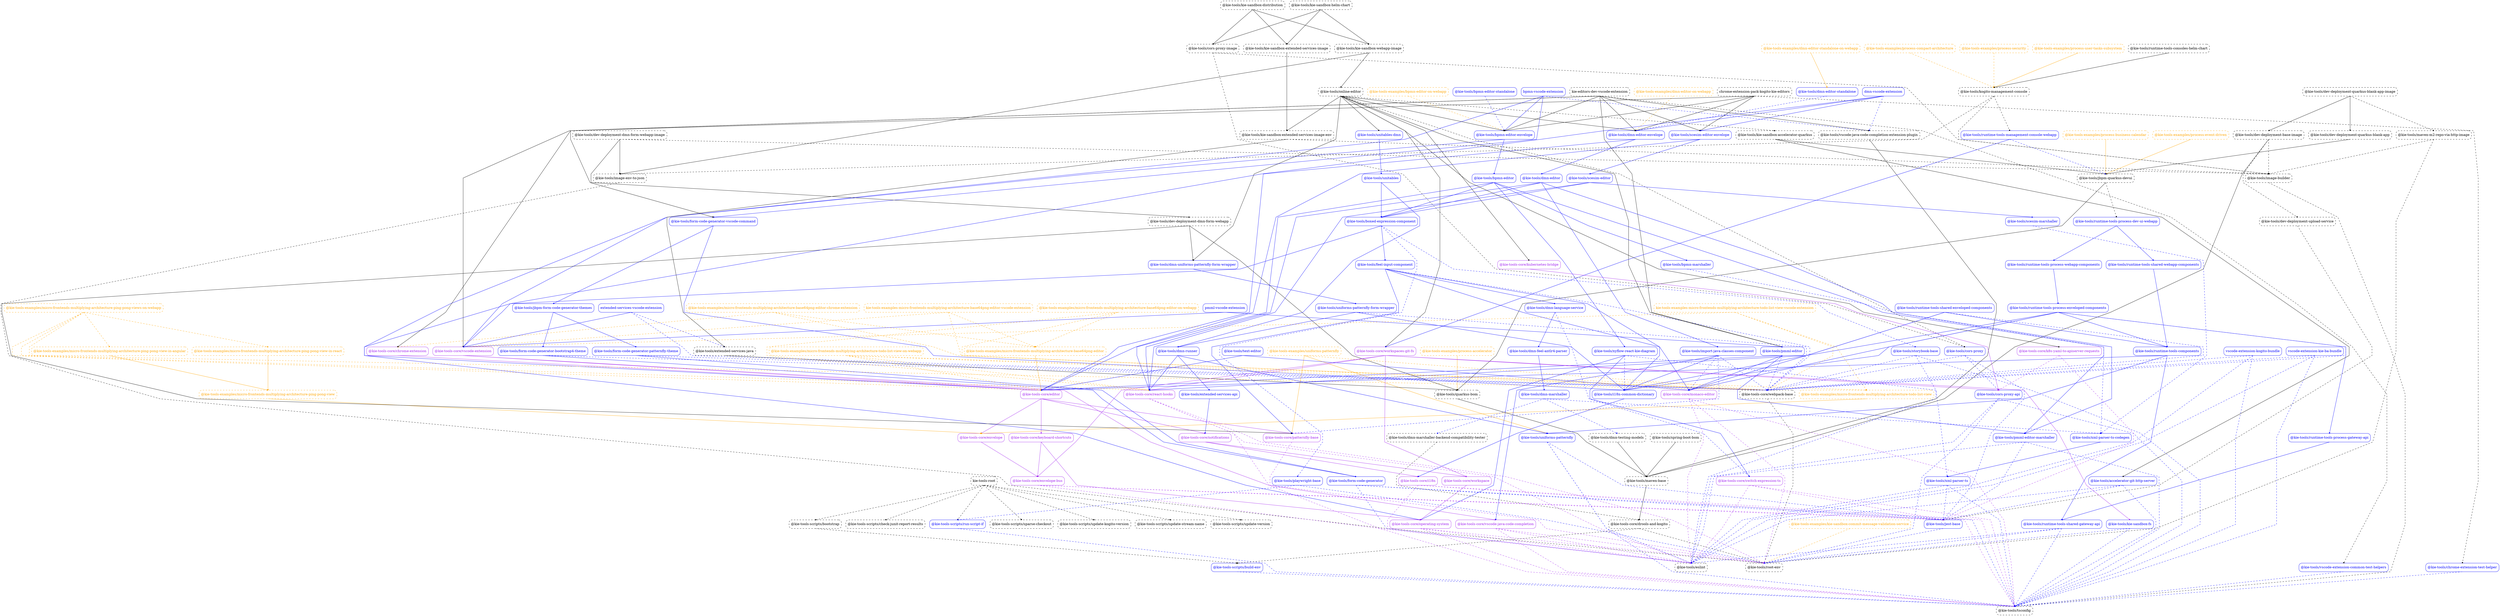
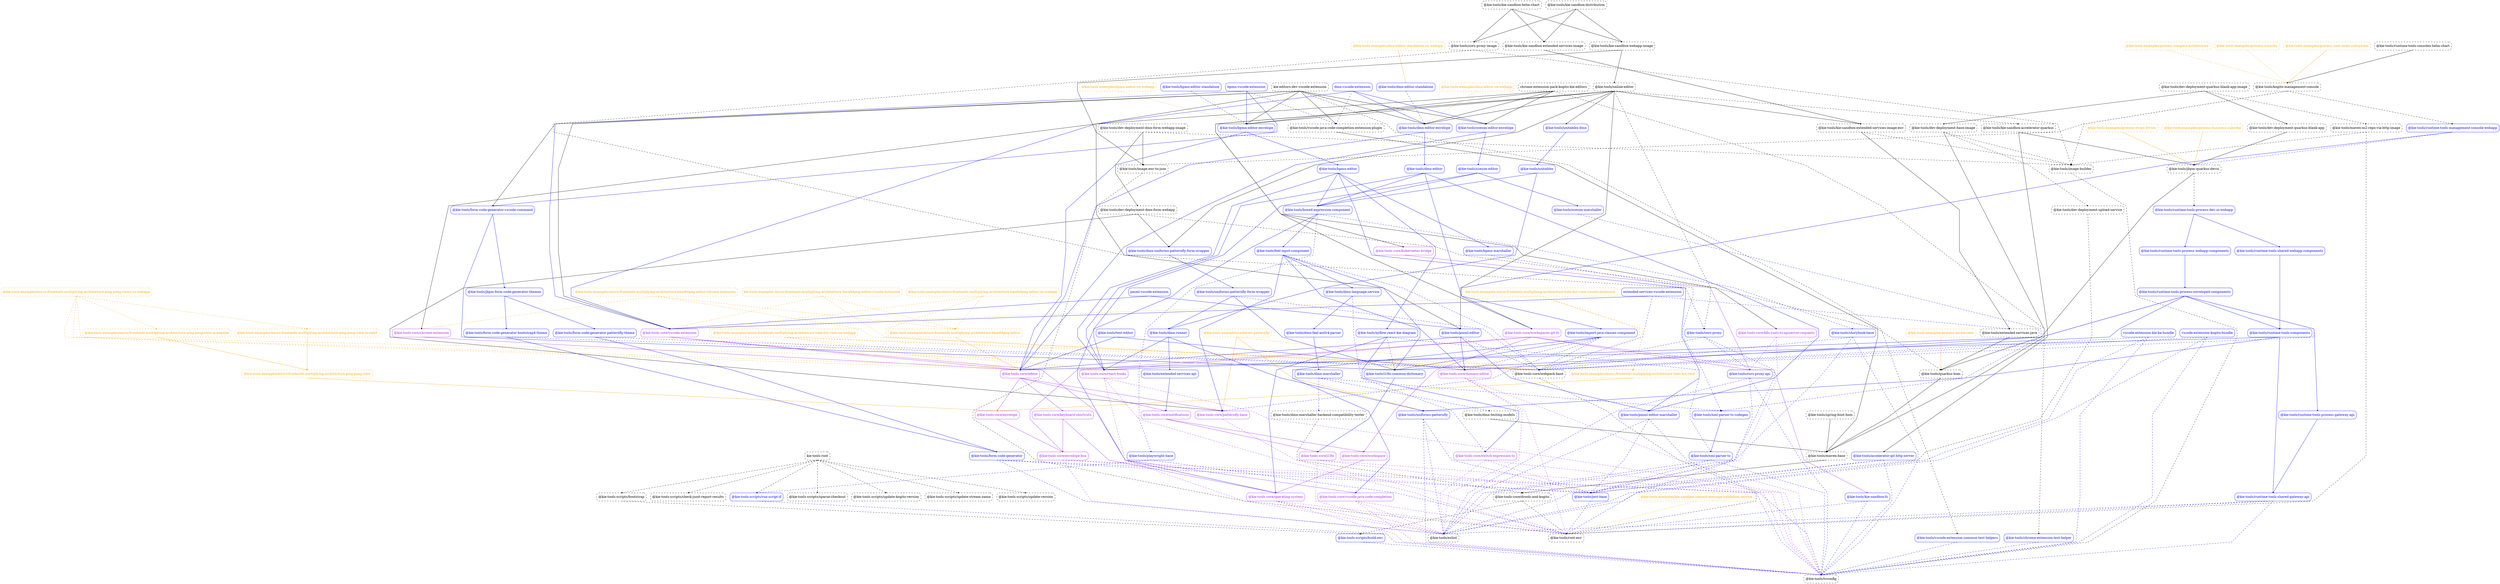
digraph G {
  graph [ ranksep =2, splines = "polyline", rankdir =TB, ordering = "out" ];
  node [ shape =box ];
  edge [ headport = "n", tailport = "s", arrowhead =dot, arrowsize =0.5 ];
  "kie-tools-root" [ color = "black", fontcolor = "black", style = "dashed, rounded" ];
  "@kie-tools-scripts/bootstrap" [ color = "black", fontcolor = "black", style = "dashed, rounded" ];
  "@kie-tools-scripts/check-junit-report-results" [ color = "black", fontcolor = "black", style = "dashed, rounded" ];
  "@kie-tools-scripts/run-script-if" [ color = "blue", fontcolor = "blue", style = "rounded" ];
  "@kie-tools-scripts/sparse-checkout" [ color = "black", fontcolor = "black", style = "dashed, rounded" ];
  "@kie-tools-scripts/update-kogito-version" [ color = "black", fontcolor = "black", style = "dashed, rounded" ];
  "@kie-tools-scripts/update-stream-name" [ color = "black", fontcolor = "black", style = "dashed, rounded" ];
  "@kie-tools-scripts/update-version" [ color = "black", fontcolor = "black", style = "dashed, rounded" ];
  "@kie-tools-examples/bpmn-editor-on-webapp" [ color = "orange", fontcolor = "orange", style = "dashed, rounded" ];
  "@kie-tools/bpmn-editor-envelope" [ color = "blue", fontcolor = "blue", style = "rounded" ];
  "@kie-tools-examples/dmn-editor-on-webapp" [ color = "orange", fontcolor = "orange", style = "dashed, rounded" ];
  "@kie-tools/dmn-editor-envelope" [ color = "blue", fontcolor = "blue", style = "rounded" ];
  "@kie-tools-examples/dmn-editor-standalone-on-webapp" [ color = "orange", fontcolor = "orange", style = "dashed, rounded" ];
  "@kie-tools/dmn-editor-standalone" [ color = "blue", fontcolor = "blue", style = "rounded" ];
  "@kie-tools-examples/kie-sandbox-commit-message-validation-service" [ color = "orange", fontcolor = "orange", style = "dashed, rounded" ];
  "@kie-tools/root-env" [ color = "black", fontcolor = "black", style = "dashed, rounded" ];
  "@kie-tools-examples/micro-frontends-multiplying-architecture-base64png-editor" [ color = "orange", fontcolor = "orange", style = "dashed, rounded" ];
  "@kie-tools-core/editor" [ color = "purple", fontcolor = "purple", style = "rounded" ];
  "@kie-tools-examples/micro-frontends-multiplying-architecture-base64png-editor-chrome-extension" [ color = "orange", fontcolor = "orange", style = "dashed, rounded" ];
  "@kie-tools-core/chrome-extension" [ color = "purple", fontcolor = "purple", style = "rounded" ];
  "@kie-tools-core/webpack-base" [ color = "black", fontcolor = "black", style = "dashed, rounded" ];
  "@kie-tools-examples/micro-frontends-multiplying-architecture-base64png-editor-on-webapp" [ color = "orange", fontcolor = "orange", style = "dashed, rounded" ];
  "@kie-tools-core/react-hooks" [ color = "purple", fontcolor = "purple", style = "rounded" ];
  "kie-tools-examples-micro-frontends-multiplying-architecture-base64png-editor-vscode-extension" [ color = "orange", fontcolor = "orange", style = "dashed, rounded" ];
  "@kie-tools-core/vscode-extension" [ color = "purple", fontcolor = "purple", style = "rounded" ];
  "@kie-tools-examples/micro-frontends-multiplying-architecture-ping-pong-view" [ color = "orange", fontcolor = "orange", style = "dashed, rounded" ];
  "@kie-tools-core/envelope" [ color = "purple", fontcolor = "purple", style = "rounded" ];
  "@kie-tools-examples/micro-frontends-multiplying-architecture-ping-pong-view-in-angular" [ color = "orange", fontcolor = "orange", style = "dashed, rounded" ];
  "@kie-tools-examples/micro-frontends-multiplying-architecture-ping-pong-view-in-react" [ color = "orange", fontcolor = "orange", style = "dashed, rounded" ];
  "@kie-tools-examples/micro-frontends-multiplying-architecture-ping-pong-views-on-webapp" [ color = "orange", fontcolor = "orange", style = "dashed, rounded" ];
  "@kie-tools-examples/micro-frontends-multiplying-architecture-todo-list-view" [ color = "orange", fontcolor = "orange", style = "dashed, rounded" ];
  "@kie-tools-examples/micro-frontends-multiplying-architecture-todo-list-view-on-webapp" [ color = "orange", fontcolor = "orange", style = "dashed, rounded" ];
  "kie-tools-examples-micro-frontends-multiplying-architecture-todo-list-view-vscode-extension" [ color = "orange", fontcolor = "orange", style = "dashed, rounded" ];
  "@kie-tools-examples/process-accelerator" [ color = "orange", fontcolor = "orange", style = "dashed, rounded" ];
  "@kie-tools/quarkus-bom" [ color = "black", fontcolor = "black", style = "dashed, rounded" ];
  "@kie-tools-examples/process-business-calendar" [ color = "orange", fontcolor = "orange", style = "dashed, rounded" ];
  "@kie-tools/jbpm-quarkus-devui" [ color = "black", fontcolor = "black", style = "dashed, rounded" ];
  "@kie-tools-examples/process-compact-architecture" [ color = "orange", fontcolor = "orange", style = "dashed, rounded" ];
  "@kie-tools/kogito-management-console" [ color = "black", fontcolor = "black", style = "dashed, rounded" ];
  "@kie-tools-examples/process-event-driven" [ color = "orange", fontcolor = "orange", style = "dashed, rounded" ];
  "@kie-tools-examples/process-security" [ color = "orange", fontcolor = "orange", style = "dashed, rounded" ];
  "@kie-tools-examples/process-user-tasks-subsystem" [ color = "orange", fontcolor = "orange", style = "dashed, rounded" ];
  "@kie-tools-examples/uniforms-patternfly" [ color = "orange", fontcolor = "orange", style = "dashed, rounded" ];
  "@kie-tools-core/patternfly-base" [ color = "purple", fontcolor = "purple", style = "rounded" ];
  "@kie-tools/uniforms-patternfly" [ color = "blue", fontcolor = "blue", style = "rounded" ];
  "@kie-tools/accelerator-git-http-server" [ color = "blue", fontcolor = "blue", style = "rounded" ];
  "@kie-tools/eslint" [ color = "black", fontcolor = "black", style = "dashed, rounded" ];
  "@kie-tools/jest-base" [ color = "blue", fontcolor = "blue", style = "rounded" ];
  "@kie-tools/tsconfig" [ color = "black", fontcolor = "black", style = "dashed, rounded" ];
  "@kie-tools/boxed-expression-component" [ color = "blue", fontcolor = "blue", style = "rounded" ];
  "@kie-tools-core/operating-system" [ color = "purple", fontcolor = "purple", style = "rounded" ];
  "@kie-tools/feel-input-component" [ color = "blue", fontcolor = "blue", style = "rounded" ];
  "@kie-tools/playwright-base" [ color = "blue", fontcolor = "blue", style = "rounded" ];
  "@kie-tools/storybook-base" [ color = "blue", fontcolor = "blue", style = "rounded" ];
  "@kie-tools/bpmn-editor" [ color = "blue", fontcolor = "blue", style = "rounded" ];
  "@kie-tools/bpmn-marshaller" [ color = "blue", fontcolor = "blue", style = "rounded" ];
  "@kie-tools/pmml-editor-marshaller" [ color = "blue", fontcolor = "blue", style = "rounded" ];
  "@kie-tools/xyflow-react-kie-diagram" [ color = "blue", fontcolor = "blue", style = "rounded" ];
  "@kie-tools/bpmn-editor-standalone" [ color = "blue", fontcolor = "blue", style = "rounded" ];
  "@kie-tools/xml-parser-ts-codegen" [ color = "blue", fontcolor = "blue", style = "rounded" ];
  "bpmn-vscode-extension" [ color = "blue", fontcolor = "blue", style = "rounded" ];
  "@kie-tools/form-code-generator-vscode-command" [ color = "blue", fontcolor = "blue", style = "rounded" ];
  "@kie-tools/vscode-java-code-completion-extension-plugin" [ color = "black", fontcolor = "black", style = "dashed, rounded" ];
  "chrome-extension-pack-kogito-kie-editors" [ color = "black", fontcolor = "black", style = "dashed, rounded" ];
  "@kie-tools/scesim-editor-envelope" [ color = "blue", fontcolor = "blue", style = "rounded" ];
  "@kie-tools/chrome-extension-test-helper" [ color = "blue", fontcolor = "blue", style = "rounded" ];
  "@kie-tools/cors-proxy" [ color = "blue", fontcolor = "blue", style = "rounded" ];
  "@kie-tools/cors-proxy-api" [ color = "blue", fontcolor = "blue", style = "rounded" ];
  "@kie-tools/cors-proxy-image" [ color = "black", fontcolor = "black", style = "dashed, rounded" ];
  "@kie-tools/image-builder" [ color = "black", fontcolor = "black", style = "dashed, rounded" ];
  "@kie-tools/dev-deployment-base-image" [ color = "black", fontcolor = "black", style = "dashed, rounded" ];
  "@kie-tools/maven-base" [ color = "black", fontcolor = "black", style = "dashed, rounded" ];
  "@kie-tools/dev-deployment-upload-service" [ color = "black", fontcolor = "black", style = "dashed, rounded" ];
  "@kie-tools/dev-deployment-dmn-form-webapp" [ color = "black", fontcolor = "black", style = "dashed, rounded" ];
  "@kie-tools/dmn-uniforms-patternfly-form-wrapper" [ color = "blue", fontcolor = "blue", style = "rounded" ];
  "@kie-tools/dev-deployment-dmn-form-webapp-image" [ color = "black", fontcolor = "black", style = "dashed, rounded" ];
  "@kie-tools/image-env-to-json" [ color = "black", fontcolor = "black", style = "dashed, rounded" ];
  "@kie-tools/dev-deployment-quarkus-blank-app" [ color = "black", fontcolor = "black", style = "dashed, rounded" ];
  "@kie-tools/dev-deployment-quarkus-blank-app-image" [ color = "black", fontcolor = "black", style = "dashed, rounded" ];
  "@kie-tools/maven-m2-repo-via-http-image" [ color = "black", fontcolor = "black", style = "dashed, rounded" ];
  "@kie-tools/dmn-editor" [ color = "blue", fontcolor = "blue", style = "rounded" ];
  "@kie-tools/import-java-classes-component" [ color = "blue", fontcolor = "blue", style = "rounded" ];
  "@kie-tools/dmn-feel-antlr4-parser" [ color = "blue", fontcolor = "blue", style = "rounded" ];
  "@kie-tools/dmn-marshaller" [ color = "blue", fontcolor = "blue", style = "rounded" ];
  "@kie-tools/dmn-language-service" [ color = "blue", fontcolor = "blue", style = "rounded" ];
  "@kie-tools-core/switch-expression-ts" [ color = "purple", fontcolor = "purple", style = "rounded" ];
  "@kie-tools/dmn-marshaller-backend-compatibility-tester" [ color = "black", fontcolor = "black", style = "dashed, rounded" ];
  "@kie-tools/dmn-testing-models" [ color = "black", fontcolor = "black", style = "dashed, rounded" ];
  "@kie-tools-core/drools-and-kogito" [ color = "black", fontcolor = "black", style = "dashed, rounded" ];
  "@kie-tools/dmn-runner" [ color = "blue", fontcolor = "blue", style = "rounded" ];
  "@kie-tools/extended-services-api" [ color = "blue", fontcolor = "blue", style = "rounded" ];
  "@kie-tools/uniforms-patternfly-form-wrapper" [ color = "blue", fontcolor = "blue", style = "rounded" ];
  "dmn-vscode-extension" [ color = "blue", fontcolor = "blue", style = "rounded" ];
  "@kie-tools-scripts/build-env" [ color = "blue", fontcolor = "blue", style = "rounded" ];
  "@kie-tools-core/keyboard-shortcuts" [ color = "purple", fontcolor = "purple", style = "rounded" ];
  "@kie-tools-core/notifications" [ color = "purple", fontcolor = "purple", style = "rounded" ];
  "@kie-tools-core/envelope-bus" [ color = "purple", fontcolor = "purple", style = "rounded" ];
  "@kie-tools/extended-services-java" [ color = "black", fontcolor = "black", style = "dashed, rounded" ];
  "extended-services-vscode-extension" [ color = "blue", fontcolor = "blue", style = "rounded" ];
  "@kie-tools-core/monaco-editor" [ color = "purple", fontcolor = "purple", style = "rounded" ];
  "@kie-tools/i18n-common-dictionary" [ color = "blue", fontcolor = "blue", style = "rounded" ];
  "@kie-tools/form-code-generator" [ color = "blue", fontcolor = "blue", style = "rounded" ];
  "@kie-tools/form-code-generator-bootstrap4-theme" [ color = "blue", fontcolor = "blue", style = "rounded" ];
  "@kie-tools/form-code-generator-patternfly-theme" [ color = "blue", fontcolor = "blue", style = "rounded" ];
  "@kie-tools/jbpm-form-code-generator-themes" [ color = "blue", fontcolor = "blue", style = "rounded" ];
  "@kie-tools-core/i18n" [ color = "purple", fontcolor = "purple", style = "rounded" ];
  "@kie-tools-core/vscode-java-code-completion" [ color = "purple", fontcolor = "purple", style = "rounded" ];
  "@kie-tools/runtime-tools-process-dev-ui-webapp" [ color = "blue", fontcolor = "blue", style = "rounded" ];
  "@kie-tools-core/k8s-yaml-to-apiserver-requests" [ color = "purple", fontcolor = "purple", style = "rounded" ];
  "kie-editors-dev-vscode-extension" [ color = "black", fontcolor = "black", style = "dashed, rounded" ];
  "@kie-tools/pmml-editor" [ color = "blue", fontcolor = "blue", style = "rounded" ];
  "@kie-tools/vscode-extension-common-test-helpers" [ color = "blue", fontcolor = "blue", style = "rounded" ];
  "@kie-tools/kie-sandbox-accelerator-quarkus" [ color = "black", fontcolor = "black", style = "dashed, rounded" ];
  "@kie-tools/kie-sandbox-distribution" [ color = "black", fontcolor = "black", style = "dashed, rounded" ];
  "@kie-tools/kie-sandbox-extended-services-image" [ color = "black", fontcolor = "black", style = "dashed, rounded" ];
  "@kie-tools/kie-sandbox-webapp-image" [ color = "black", fontcolor = "black", style = "dashed, rounded" ];
  "@kie-tools/kie-sandbox-extended-services-image-env" [ color = "black", fontcolor = "black", style = "dashed, rounded" ];
  "@kie-tools/kie-sandbox-fs" [ color = "blue", fontcolor = "blue", style = "rounded" ];
  "@kie-tools/kie-sandbox-helm-chart" [ color = "black", fontcolor = "black", style = "dashed, rounded" ];
  "@kie-tools/online-editor" [ color = "black", fontcolor = "black", style = "dashed, rounded" ];
  "@kie-tools/runtime-tools-management-console-webapp" [ color = "blue", fontcolor = "blue", style = "rounded" ];
  "@kie-tools-core/kubernetes-bridge" [ color = "purple", fontcolor = "purple", style = "rounded" ];
  "@kie-tools-core/workspace" [ color = "purple", fontcolor = "purple", style = "rounded" ];
  "@kie-tools-core/workspaces-git-fs" [ color = "purple", fontcolor = "purple", style = "rounded" ];
  "@kie-tools/unitables-dmn" [ color = "blue", fontcolor = "blue", style = "rounded" ];
  "pmml-vscode-extension" [ color = "blue", fontcolor = "blue", style = "rounded" ];
  "@kie-tools/runtime-tools-components" [ color = "blue", fontcolor = "blue", style = "rounded" ];
  "@kie-tools/runtime-tools-shared-gateway-api" [ color = "blue", fontcolor = "blue", style = "rounded" ];
  "@kie-tools/runtime-tools-consoles-helm-chart" [ color = "black", fontcolor = "black", style = "dashed, rounded" ];
  "@kie-tools/runtime-tools-process-webapp-components" [ color = "blue", fontcolor = "blue", style = "rounded" ];
  "@kie-tools/runtime-tools-shared-webapp-components" [ color = "blue", fontcolor = "blue", style = "rounded" ];
  "@kie-tools/runtime-tools-process-enveloped-components" [ color = "blue", fontcolor = "blue", style = "rounded" ];
  "@kie-tools/runtime-tools-process-gateway-api" [ color = "blue", fontcolor = "blue", style = "rounded" ];
-   "@kie-tools/runtime-tools-shared-enveloped-components" [ color = "blue", fontcolor = "blue", style = "rounded" ];
  "@kie-tools/scesim-editor" [ color = "blue", fontcolor = "blue", style = "rounded" ];
  "@kie-tools/scesim-marshaller" [ color = "blue", fontcolor = "blue", style = "rounded" ];
  "@kie-tools/spring-boot-bom" [ color = "black", fontcolor = "black", style = "dashed, rounded" ];
  "@kie-tools/text-editor" [ color = "blue", fontcolor = "blue", style = "rounded" ];
  "@kie-tools/unitables" [ color = "blue", fontcolor = "blue", style = "rounded" ];
  "vscode-extension-kie-ba-bundle" [ color = "blue", fontcolor = "blue", style = "rounded" ];
  "vscode-extension-kogito-bundle" [ color = "blue", fontcolor = "blue", style = "rounded" ];
  "@kie-tools/xml-parser-ts" [ color = "blue", fontcolor = "blue", style = "rounded" ];
  "kie-tools-root" -> "@kie-tools-scripts/bootstrap" [ style = "dashed", color = "black" ];
  "kie-tools-root" -> "@kie-tools-scripts/check-junit-report-results" [ style = "dashed", color = "black" ];
  "kie-tools-root" -> "@kie-tools-scripts/run-script-if" [ style = "dashed", color = "black" ];
  "kie-tools-root" -> "@kie-tools-scripts/sparse-checkout" [ style = "dashed", color = "black" ];
  "kie-tools-root" -> "@kie-tools-scripts/update-kogito-version" [ style = "dashed", color = "black" ];
  "kie-tools-root" -> "@kie-tools-scripts/update-stream-name" [ style = "dashed", color = "black" ];
  "kie-tools-root" -> "@kie-tools-scripts/update-version" [ style = "dashed", color = "black" ];
  "@kie-tools-examples/bpmn-editor-on-webapp" -> "@kie-tools/bpmn-editor-envelope" [ style = "dashed", color = "orange" ];
  "@kie-tools-examples/dmn-editor-on-webapp" -> "@kie-tools/dmn-editor-envelope" [ style = "dashed", color = "orange" ];
  "@kie-tools-examples/dmn-editor-standalone-on-webapp" -> "@kie-tools/dmn-editor-standalone" [ style = "solid", color = "orange" ];
  "@kie-tools-examples/kie-sandbox-commit-message-validation-service" -> "@kie-tools/root-env" [ style = "dashed", color = "orange" ];
  "@kie-tools-examples/micro-frontends-multiplying-architecture-base64png-editor" -> "@kie-tools-core/editor" [ style = "solid", color = "orange" ];
  "@kie-tools-examples/micro-frontends-multiplying-architecture-base64png-editor-chrome-extension" -> "@kie-tools-core/chrome-extension" [ style = "dashed", color = "orange" ];
  "@kie-tools-examples/micro-frontends-multiplying-architecture-base64png-editor-chrome-extension" -> "@kie-tools-core/webpack-base" [ style = "dashed", color = "orange" ];
  "@kie-tools-examples/micro-frontends-multiplying-architecture-base64png-editor-chrome-extension" -> "@kie-tools-examples/micro-frontends-multiplying-architecture-base64png-editor" [ style = "dashed", color = "orange" ];
  "@kie-tools-examples/micro-frontends-multiplying-architecture-base64png-editor-on-webapp" -> "@kie-tools-core/react-hooks" [ style = "dashed", color = "orange" ];
  "@kie-tools-examples/micro-frontends-multiplying-architecture-base64png-editor-on-webapp" -> "@kie-tools-core/webpack-base" [ style = "dashed", color = "orange" ];
  "@kie-tools-examples/micro-frontends-multiplying-architecture-base64png-editor-on-webapp" -> "@kie-tools-examples/micro-frontends-multiplying-architecture-base64png-editor" [ style = "dashed", color = "orange" ];
  "kie-tools-examples-micro-frontends-multiplying-architecture-base64png-editor-vscode-extension" -> "@kie-tools-core/vscode-extension" [ style = "dashed", color = "orange" ];
  "kie-tools-examples-micro-frontends-multiplying-architecture-base64png-editor-vscode-extension" -> "@kie-tools-core/webpack-base" [ style = "dashed", color = "orange" ];
  "kie-tools-examples-micro-frontends-multiplying-architecture-base64png-editor-vscode-extension" -> "@kie-tools-examples/micro-frontends-multiplying-architecture-base64png-editor" [ style = "dashed", color = "orange" ];
  "@kie-tools-examples/micro-frontends-multiplying-architecture-ping-pong-view" -> "@kie-tools-core/envelope" [ style = "solid", color = "orange" ];
  "@kie-tools-examples/micro-frontends-multiplying-architecture-ping-pong-view-in-angular" -> "@kie-tools-examples/micro-frontends-multiplying-architecture-ping-pong-view" [ style = "solid", color = "orange" ];
  "@kie-tools-examples/micro-frontends-multiplying-architecture-ping-pong-view-in-react" -> "@kie-tools-examples/micro-frontends-multiplying-architecture-ping-pong-view" [ style = "solid", color = "orange" ];
  "@kie-tools-examples/micro-frontends-multiplying-architecture-ping-pong-views-on-webapp" -> "@kie-tools-core/editor" [ style = "dashed", color = "orange" ];
  "@kie-tools-examples/micro-frontends-multiplying-architecture-ping-pong-views-on-webapp" -> "@kie-tools-core/react-hooks" [ style = "dashed", color = "orange" ];
  "@kie-tools-examples/micro-frontends-multiplying-architecture-ping-pong-views-on-webapp" -> "@kie-tools-core/webpack-base" [ style = "dashed", color = "orange" ];
  "@kie-tools-examples/micro-frontends-multiplying-architecture-ping-pong-views-on-webapp" -> "@kie-tools-examples/micro-frontends-multiplying-architecture-ping-pong-view-in-angular" [ style = "dashed", color = "orange" ];
  "@kie-tools-examples/micro-frontends-multiplying-architecture-ping-pong-views-on-webapp" -> "@kie-tools-examples/micro-frontends-multiplying-architecture-ping-pong-view-in-react" [ style = "dashed", color = "orange" ];
  "@kie-tools-examples/micro-frontends-multiplying-architecture-todo-list-view" -> "@kie-tools-core/envelope" [ style = "solid", color = "orange" ];
  "@kie-tools-examples/micro-frontends-multiplying-architecture-todo-list-view-on-webapp" -> "@kie-tools-core/editor" [ style = "dashed", color = "orange" ];
  "@kie-tools-examples/micro-frontends-multiplying-architecture-todo-list-view-on-webapp" -> "@kie-tools-core/react-hooks" [ style = "dashed", color = "orange" ];
  "@kie-tools-examples/micro-frontends-multiplying-architecture-todo-list-view-on-webapp" -> "@kie-tools-core/webpack-base" [ style = "dashed", color = "orange" ];
  "@kie-tools-examples/micro-frontends-multiplying-architecture-todo-list-view-on-webapp" -> "@kie-tools-examples/micro-frontends-multiplying-architecture-todo-list-view" [ style = "dashed", color = "orange" ];
  "kie-tools-examples-micro-frontends-multiplying-architecture-todo-list-view-vscode-extension" -> "@kie-tools-core/vscode-extension" [ style = "dashed", color = "orange" ];
  "kie-tools-examples-micro-frontends-multiplying-architecture-todo-list-view-vscode-extension" -> "@kie-tools-core/webpack-base" [ style = "dashed", color = "orange" ];
  "kie-tools-examples-micro-frontends-multiplying-architecture-todo-list-view-vscode-extension" -> "@kie-tools-examples/micro-frontends-multiplying-architecture-todo-list-view" [ style = "dashed", color = "orange" ];
  "@kie-tools-examples/process-accelerator" -> "@kie-tools/quarkus-bom" [ style = "solid", color = "orange" ];
  "@kie-tools-examples/process-business-calendar" -> "@kie-tools/jbpm-quarkus-devui" [ style = "solid", color = "orange" ];
  "@kie-tools-examples/process-compact-architecture" -> "@kie-tools/kogito-management-console" [ style = "dashed", color = "orange" ];
  "@kie-tools-examples/process-event-driven" -> "@kie-tools/jbpm-quarkus-devui" [ style = "solid", color = "orange" ];
  "@kie-tools-examples/process-security" -> "@kie-tools/kogito-management-console" [ style = "dashed", color = "orange" ];
  "@kie-tools-examples/process-user-tasks-subsystem" -> "@kie-tools/kogito-management-console" [ style = "solid", color = "orange" ];
  "@kie-tools-examples/uniforms-patternfly" -> "@kie-tools-core/patternfly-base" [ style = "solid", color = "orange" ];
  "@kie-tools-examples/uniforms-patternfly" -> "@kie-tools/uniforms-patternfly" [ style = "solid", color = "orange" ];
  "@kie-tools-examples/uniforms-patternfly" -> "@kie-tools-core/webpack-base" [ style = "dashed", color = "orange" ];
  "@kie-tools/accelerator-git-http-server" -> "@kie-tools/eslint" [ style = "dashed", color = "blue" ];
  "@kie-tools/accelerator-git-http-server" -> "@kie-tools/jest-base" [ style = "dashed", color = "blue" ];
  "@kie-tools/accelerator-git-http-server" -> "@kie-tools/tsconfig" [ style = "dashed", color = "blue" ];
  "@kie-tools/boxed-expression-component" -> "@kie-tools-core/operating-system" [ style = "solid", color = "blue" ];
  "@kie-tools/boxed-expression-component" -> "@kie-tools/feel-input-component" [ style = "solid", color = "blue" ];
  "@kie-tools/boxed-expression-component" -> "@kie-tools/playwright-base" [ style = "dashed", color = "blue" ];
  "@kie-tools/boxed-expression-component" -> "@kie-tools/storybook-base" [ style = "dashed", color = "blue" ];
  "@kie-tools/bpmn-editor" -> "@kie-tools-core/react-hooks" [ style = "solid", color = "blue" ];
  "@kie-tools/bpmn-editor" -> "@kie-tools/boxed-expression-component" [ style = "solid", color = "blue" ];
  "@kie-tools/bpmn-editor" -> "@kie-tools/bpmn-marshaller" [ style = "solid", color = "blue" ];
  "@kie-tools/bpmn-editor" -> "@kie-tools/pmml-editor-marshaller" [ style = "solid", color = "blue" ];
  "@kie-tools/bpmn-editor" -> "@kie-tools/xyflow-react-kie-diagram" [ style = "solid", color = "blue" ];
  "@kie-tools/bpmn-editor-envelope" -> "@kie-tools-core/editor" [ style = "solid", color = "blue" ];
  "@kie-tools/bpmn-editor-envelope" -> "@kie-tools/bpmn-editor" [ style = "solid", color = "blue" ];
  "@kie-tools/bpmn-editor-standalone" -> "@kie-tools/bpmn-editor-envelope" [ style = "dashed", color = "blue" ];
  "@kie-tools/bpmn-marshaller" -> "@kie-tools/xml-parser-ts-codegen" [ style = "dashed", color = "blue" ];
  "bpmn-vscode-extension" -> "@kie-tools-core/vscode-extension" [ style = "solid", color = "blue" ];
  "bpmn-vscode-extension" -> "@kie-tools/bpmn-editor-envelope" [ style = "solid", color = "blue" ];
  "bpmn-vscode-extension" -> "@kie-tools/form-code-generator-vscode-command" [ style = "solid", color = "blue" ];
  "bpmn-vscode-extension" -> "@kie-tools/vscode-java-code-completion-extension-plugin" [ style = "dashed", color = "blue" ];
  "@kie-tools-core/chrome-extension" -> "@kie-tools-core/editor" [ style = "solid", color = "purple" ];
  "chrome-extension-pack-kogito-kie-editors" -> "@kie-tools-core/chrome-extension" [ style = "solid", color = "black" ];
  "chrome-extension-pack-kogito-kie-editors" -> "@kie-tools/bpmn-editor-envelope" [ style = "solid", color = "black" ];
  "chrome-extension-pack-kogito-kie-editors" -> "@kie-tools/dmn-editor-envelope" [ style = "solid", color = "black" ];
  "chrome-extension-pack-kogito-kie-editors" -> "@kie-tools/scesim-editor-envelope" [ style = "solid", color = "black" ];
  "chrome-extension-pack-kogito-kie-editors" -> "@kie-tools/chrome-extension-test-helper" [ style = "dashed", color = "black" ];
  "@kie-tools/chrome-extension-test-helper" -> "@kie-tools/tsconfig" [ style = "dashed", color = "blue" ];
  "@kie-tools/cors-proxy" -> "@kie-tools-core/webpack-base" [ style = "dashed", color = "blue" ];
  "@kie-tools/cors-proxy" -> "@kie-tools/cors-proxy-api" [ style = "dashed", color = "blue" ];
  "@kie-tools/cors-proxy" -> "@kie-tools/jest-base" [ style = "dashed", color = "blue" ];
  "@kie-tools/cors-proxy-api" -> "@kie-tools/eslint" [ style = "dashed", color = "blue" ];
  "@kie-tools/cors-proxy-api" -> "@kie-tools/root-env" [ style = "dashed", color = "blue" ];
  "@kie-tools/cors-proxy-api" -> "@kie-tools/tsconfig" [ style = "dashed", color = "blue" ];
  "@kie-tools/cors-proxy-image" -> "@kie-tools/cors-proxy" [ style = "dashed", color = "black" ];
  "@kie-tools/cors-proxy-image" -> "@kie-tools/image-builder" [ style = "dashed", color = "black" ];
  "@kie-tools/dev-deployment-base-image" -> "@kie-tools/maven-base" [ style = "solid", color = "black" ];
  "@kie-tools/dev-deployment-base-image" -> "@kie-tools/dev-deployment-upload-service" [ style = "dashed", color = "black" ];
  "@kie-tools/dev-deployment-base-image" -> "@kie-tools/image-builder" [ style = "dashed", color = "black" ];
  "@kie-tools/dev-deployment-dmn-form-webapp" -> "@kie-tools-core/patternfly-base" [ style = "solid", color = "black" ];
  "@kie-tools/dev-deployment-dmn-form-webapp" -> "@kie-tools/dmn-uniforms-patternfly-form-wrapper" [ style = "solid", color = "black" ];
-   "@kie-tools/dev-deployment-dmn-form-webapp" -> "@kie-tools/quarkus-bom" [ style = "solid", color = "black" ];
+   "@kie-tools/dev-deployment-dmn-form-webapp" -> "@kie-tools/quarkus-bom" [ style = "dashed", color = "black" ];
  "@kie-tools/dev-deployment-dmn-form-webapp-image" -> "@kie-tools/dev-deployment-dmn-form-webapp" [ style = "solid", color = "black" ];
  "@kie-tools/dev-deployment-dmn-form-webapp-image" -> "@kie-tools/image-env-to-json" [ style = "solid", color = "black" ];
  "@kie-tools/dev-deployment-dmn-form-webapp-image" -> "@kie-tools/image-builder" [ style = "dashed", color = "black" ];
  "@kie-tools/dev-deployment-quarkus-blank-app" -> "@kie-tools/jbpm-quarkus-devui" [ style = "solid", color = "black" ];
  "@kie-tools/dev-deployment-quarkus-blank-app-image" -> "@kie-tools/dev-deployment-base-image" [ style = "solid", color = "black" ];
  "@kie-tools/dev-deployment-quarkus-blank-app-image" -> "@kie-tools/dev-deployment-quarkus-blank-app" [ style = "solid", color = "black" ];
  "@kie-tools/dev-deployment-quarkus-blank-app-image" -> "@kie-tools/maven-m2-repo-via-http-image" [ style = "dashed", color = "black" ];
  "@kie-tools/dev-deployment-upload-service" -> "@kie-tools/jest-base" [ style = "dashed", color = "black" ];
  "@kie-tools/dmn-editor" -> "@kie-tools-core/react-hooks" [ style = "solid", color = "blue" ];
  "@kie-tools/dmn-editor" -> "@kie-tools/boxed-expression-component" [ style = "solid", color = "blue" ];
  "@kie-tools/dmn-editor" -> "@kie-tools/import-java-classes-component" [ style = "solid", color = "blue" ];
  "@kie-tools/dmn-editor" -> "@kie-tools/pmml-editor-marshaller" [ style = "solid", color = "blue" ];
  "@kie-tools/dmn-editor-envelope" -> "@kie-tools-core/editor" [ style = "solid", color = "blue" ];
  "@kie-tools/dmn-editor-envelope" -> "@kie-tools/dmn-editor" [ style = "solid", color = "blue" ];
  "@kie-tools/dmn-editor-standalone" -> "@kie-tools/dmn-editor-envelope" [ style = "dashed", color = "blue" ];
  "@kie-tools/dmn-feel-antlr4-parser" -> "@kie-tools/dmn-marshaller" [ style = "solid", color = "blue" ];
  "@kie-tools/dmn-language-service" -> "@kie-tools/dmn-feel-antlr4-parser" [ style = "solid", color = "blue" ];
  "@kie-tools/dmn-language-service" -> "@kie-tools-core/switch-expression-ts" [ style = "dashed", color = "blue" ];
  "@kie-tools/dmn-marshaller" -> "@kie-tools/dmn-marshaller-backend-compatibility-tester" [ style = "dashed", color = "blue" ];
  "@kie-tools/dmn-marshaller" -> "@kie-tools/dmn-testing-models" [ style = "dashed", color = "blue" ];
  "@kie-tools/dmn-marshaller" -> "@kie-tools/xml-parser-ts-codegen" [ style = "dashed", color = "blue" ];
  "@kie-tools/dmn-marshaller-backend-compatibility-tester" -> "@kie-tools-core/drools-and-kogito" [ style = "dashed", color = "black" ];
  "@kie-tools/dmn-runner" -> "@kie-tools-core/react-hooks" [ style = "solid", color = "blue" ];
  "@kie-tools/dmn-runner" -> "@kie-tools/extended-services-api" [ style = "solid", color = "blue" ];
  "@kie-tools/dmn-runner" -> "@kie-tools/uniforms-patternfly" [ style = "solid", color = "blue" ];
  "@kie-tools/dmn-testing-models" -> "@kie-tools/maven-base" [ style = "solid", color = "black" ];
  "@kie-tools/dmn-uniforms-patternfly-form-wrapper" -> "@kie-tools/uniforms-patternfly-form-wrapper" [ style = "solid", color = "blue" ];
  "dmn-vscode-extension" -> "@kie-tools-core/vscode-extension" [ style = "solid", color = "blue" ];
  "dmn-vscode-extension" -> "@kie-tools/dmn-editor-envelope" [ style = "solid", color = "blue" ];
  "dmn-vscode-extension" -> "@kie-tools/scesim-editor-envelope" [ style = "solid", color = "blue" ];
  "dmn-vscode-extension" -> "@kie-tools/vscode-java-code-completion-extension-plugin" [ style = "dashed", color = "blue" ];
  "@kie-tools-core/drools-and-kogito" -> "@kie-tools-scripts/build-env" [ style = "dashed", color = "black" ];
  "@kie-tools-core/drools-and-kogito" -> "@kie-tools/root-env" [ style = "dashed", color = "black" ];
  "@kie-tools-core/editor" -> "@kie-tools-core/envelope" [ style = "solid", color = "purple" ];
  "@kie-tools-core/editor" -> "@kie-tools-core/keyboard-shortcuts" [ style = "solid", color = "purple" ];
  "@kie-tools-core/editor" -> "@kie-tools-core/notifications" [ style = "solid", color = "purple" ];
  "@kie-tools-core/editor" -> "@kie-tools-core/patternfly-base" [ style = "solid", color = "purple" ];
  "@kie-tools-core/envelope" -> "@kie-tools-core/envelope-bus" [ style = "solid", color = "purple" ];
  "@kie-tools-core/envelope-bus" -> "@kie-tools/eslint" [ style = "dashed", color = "purple" ];
  "@kie-tools-core/envelope-bus" -> "@kie-tools/jest-base" [ style = "dashed", color = "purple" ];
  "@kie-tools-core/envelope-bus" -> "@kie-tools/tsconfig" [ style = "dashed", color = "purple" ];
  "@kie-tools/extended-services-api" -> "@kie-tools-core/notifications" [ style = "solid", color = "blue" ];
  "@kie-tools/extended-services-java" -> "@kie-tools/quarkus-bom" [ style = "solid", color = "black" ];
  "extended-services-vscode-extension" -> "@kie-tools-core/vscode-extension" [ style = "solid", color = "blue" ];
  "extended-services-vscode-extension" -> "@kie-tools-core/webpack-base" [ style = "dashed", color = "blue" ];
  "extended-services-vscode-extension" -> "@kie-tools/extended-services-java" [ style = "dashed", color = "blue" ];
  "@kie-tools/feel-input-component" -> "@kie-tools-core/monaco-editor" [ style = "solid", color = "blue" ];
  "@kie-tools/feel-input-component" -> "@kie-tools-core/patternfly-base" [ style = "solid", color = "blue" ];
  "@kie-tools/feel-input-component" -> "@kie-tools/dmn-language-service" [ style = "solid", color = "blue" ];
  "@kie-tools/feel-input-component" -> "@kie-tools/i18n-common-dictionary" [ style = "solid", color = "blue" ];
  "@kie-tools/feel-input-component" -> "@kie-tools-core/webpack-base" [ style = "dashed", color = "blue" ];
  "@kie-tools/form-code-generator" -> "@kie-tools/eslint" [ style = "dashed", color = "blue" ];
  "@kie-tools/form-code-generator" -> "@kie-tools/jest-base" [ style = "dashed", color = "blue" ];
  "@kie-tools/form-code-generator" -> "@kie-tools/tsconfig" [ style = "dashed", color = "blue" ];
  "@kie-tools/form-code-generator-bootstrap4-theme" -> "@kie-tools/form-code-generator" [ style = "solid", color = "blue" ];
  "@kie-tools/form-code-generator-bootstrap4-theme" -> "@kie-tools-core/webpack-base" [ style = "dashed", color = "blue" ];
  "@kie-tools/form-code-generator-patternfly-theme" -> "@kie-tools/form-code-generator" [ style = "solid", color = "blue" ];
  "@kie-tools/form-code-generator-patternfly-theme" -> "@kie-tools-core/webpack-base" [ style = "dashed", color = "blue" ];
  "@kie-tools/form-code-generator-vscode-command" -> "@kie-tools/i18n-common-dictionary" [ style = "solid", color = "blue" ];
  "@kie-tools/form-code-generator-vscode-command" -> "@kie-tools/jbpm-form-code-generator-themes" [ style = "solid", color = "blue" ];
  "@kie-tools-core/i18n" -> "@kie-tools/eslint" [ style = "dashed", color = "purple" ];
  "@kie-tools-core/i18n" -> "@kie-tools/jest-base" [ style = "dashed", color = "purple" ];
  "@kie-tools-core/i18n" -> "@kie-tools/tsconfig" [ style = "dashed", color = "purple" ];
  "@kie-tools/i18n-common-dictionary" -> "@kie-tools-core/i18n" [ style = "solid", color = "blue" ];
  "@kie-tools/image-builder" -> "@kie-tools/tsconfig" [ style = "dashed", color = "black" ];
  "@kie-tools/image-env-to-json" -> "@kie-tools/root-env" [ style = "dashed", color = "black" ];
  "@kie-tools/import-java-classes-component" -> "@kie-tools-core/vscode-java-code-completion" [ style = "solid", color = "blue" ];
  "@kie-tools/import-java-classes-component" -> "@kie-tools/i18n-common-dictionary" [ style = "solid", color = "blue" ];
  "@kie-tools/import-java-classes-component" -> "@kie-tools-core/monaco-editor" [ style = "dashed", color = "blue" ];
  "@kie-tools/import-java-classes-component" -> "@kie-tools-core/patternfly-base" [ style = "dashed", color = "blue" ];
  "@kie-tools/import-java-classes-component" -> "@kie-tools-core/webpack-base" [ style = "dashed", color = "blue" ];
  "@kie-tools/jbpm-form-code-generator-themes" -> "@kie-tools/form-code-generator-bootstrap4-theme" [ style = "solid", color = "blue" ];
  "@kie-tools/jbpm-form-code-generator-themes" -> "@kie-tools/form-code-generator-patternfly-theme" [ style = "solid", color = "blue" ];
  "@kie-tools/jbpm-quarkus-devui" -> "@kie-tools/quarkus-bom" [ style = "solid", color = "black" ];
  "@kie-tools/jbpm-quarkus-devui" -> "@kie-tools/runtime-tools-process-dev-ui-webapp" [ style = "dashed", color = "black" ];
  "@kie-tools/jest-base" -> "@kie-tools/root-env" [ style = "dashed", color = "blue" ];
  "@kie-tools-core/k8s-yaml-to-apiserver-requests" -> "@kie-tools/cors-proxy-api" [ style = "dashed", color = "purple" ];
  "@kie-tools-core/k8s-yaml-to-apiserver-requests" -> "@kie-tools/jest-base" [ style = "dashed", color = "purple" ];
  "@kie-tools-core/keyboard-shortcuts" -> "@kie-tools-core/envelope-bus" [ style = "solid", color = "purple" ];
  "@kie-tools-core/keyboard-shortcuts" -> "@kie-tools-core/operating-system" [ style = "solid", color = "purple" ];
  "kie-editors-dev-vscode-extension" -> "@kie-tools-core/vscode-extension" [ style = "solid", color = "black" ];
  "kie-editors-dev-vscode-extension" -> "@kie-tools/bpmn-editor-envelope" [ style = "solid", color = "black" ];
  "kie-editors-dev-vscode-extension" -> "@kie-tools/dmn-editor-envelope" [ style = "solid", color = "black" ];
  "kie-editors-dev-vscode-extension" -> "@kie-tools/form-code-generator-vscode-command" [ style = "solid", color = "black" ];
  "kie-editors-dev-vscode-extension" -> "@kie-tools/pmml-editor" [ style = "solid", color = "black" ];
  "kie-editors-dev-vscode-extension" -> "@kie-tools/scesim-editor-envelope" [ style = "solid", color = "black" ];
  "kie-editors-dev-vscode-extension" -> "@kie-tools/vscode-java-code-completion-extension-plugin" [ style = "solid", color = "black" ];
  "kie-editors-dev-vscode-extension" -> "@kie-tools/vscode-extension-common-test-helpers" [ style = "dashed", color = "black" ];
  "@kie-tools/kie-sandbox-accelerator-quarkus" -> "@kie-tools/accelerator-git-http-server" [ style = "solid", color = "black" ];
  "@kie-tools/kie-sandbox-accelerator-quarkus" -> "@kie-tools/jbpm-quarkus-devui" [ style = "solid", color = "black" ];
  "@kie-tools/kie-sandbox-distribution" -> "@kie-tools/cors-proxy-image" [ style = "solid", color = "black" ];
  "@kie-tools/kie-sandbox-distribution" -> "@kie-tools/kie-sandbox-extended-services-image" [ style = "solid", color = "black" ];
  "@kie-tools/kie-sandbox-distribution" -> "@kie-tools/kie-sandbox-webapp-image" [ style = "solid", color = "black" ];
  "@kie-tools/kie-sandbox-extended-services-image" -> "@kie-tools/kie-sandbox-extended-services-image-env" [ style = "solid", color = "black" ];
  "@kie-tools/kie-sandbox-extended-services-image-env" -> "@kie-tools/extended-services-java" [ style = "solid", color = "black" ];
  "@kie-tools/kie-sandbox-extended-services-image-env" -> "@kie-tools/image-builder" [ style = "dashed", color = "black" ];
  "@kie-tools/kie-sandbox-fs" -> "@kie-tools/root-env" [ style = "dashed", color = "blue" ];
  "@kie-tools/kie-sandbox-fs" -> "@kie-tools/tsconfig" [ style = "dashed", color = "blue" ];
  "@kie-tools/kie-sandbox-helm-chart" -> "@kie-tools/cors-proxy-image" [ style = "solid", color = "black" ];
  "@kie-tools/kie-sandbox-helm-chart" -> "@kie-tools/kie-sandbox-extended-services-image" [ style = "solid", color = "black" ];
  "@kie-tools/kie-sandbox-helm-chart" -> "@kie-tools/kie-sandbox-webapp-image" [ style = "solid", color = "black" ];
  "@kie-tools/kie-sandbox-webapp-image" -> "@kie-tools/image-env-to-json" [ style = "solid", color = "black" ];
  "@kie-tools/kie-sandbox-webapp-image" -> "@kie-tools/online-editor" [ style = "solid", color = "black" ];
  "@kie-tools/kogito-management-console" -> "@kie-tools/image-builder" [ style = "dashed", color = "black" ];
  "@kie-tools/kogito-management-console" -> "@kie-tools/image-env-to-json" [ style = "dashed", color = "black" ];
  "@kie-tools/kogito-management-console" -> "@kie-tools/runtime-tools-management-console-webapp" [ style = "dashed", color = "black" ];
  "@kie-tools-core/kubernetes-bridge" -> "@kie-tools/cors-proxy-api" [ style = "solid", color = "purple" ];
  "@kie-tools/maven-base" -> "@kie-tools-core/drools-and-kogito" [ style = "solid", color = "black" ];
  "@kie-tools/maven-m2-repo-via-http-image" -> "@kie-tools/image-builder" [ style = "dashed", color = "black" ];
  "@kie-tools/maven-m2-repo-via-http-image" -> "@kie-tools/root-env" [ style = "dashed", color = "black" ];
  "@kie-tools-core/monaco-editor" -> "@kie-tools/eslint" [ style = "dashed", color = "purple" ];
  "@kie-tools-core/monaco-editor" -> "@kie-tools/root-env" [ style = "dashed", color = "purple" ];
  "@kie-tools-core/monaco-editor" -> "@kie-tools/tsconfig" [ style = "dashed", color = "purple" ];
  "@kie-tools-core/notifications" -> "@kie-tools-core/i18n" [ style = "solid", color = "purple" ];
  "@kie-tools-core/notifications" -> "@kie-tools-core/workspace" [ style = "solid", color = "purple" ];
  "@kie-tools/online-editor" -> "@kie-tools-core/k8s-yaml-to-apiserver-requests" [ style = "solid", color = "black" ];
  "@kie-tools/online-editor" -> "@kie-tools-core/kubernetes-bridge" [ style = "solid", color = "black" ];
  "@kie-tools/online-editor" -> "@kie-tools-core/workspaces-git-fs" [ style = "solid", color = "black" ];
  "@kie-tools/online-editor" -> "@kie-tools/bpmn-editor-envelope" [ style = "solid", color = "black" ];
  "@kie-tools/online-editor" -> "@kie-tools/dmn-editor-envelope" [ style = "solid", color = "black" ];
  "@kie-tools/online-editor" -> "@kie-tools/dmn-uniforms-patternfly-form-wrapper" [ style = "solid", color = "black" ];
  "@kie-tools/online-editor" -> "@kie-tools/kie-sandbox-extended-services-image-env" [ style = "solid", color = "black" ];
  "@kie-tools/online-editor" -> "@kie-tools/pmml-editor" [ style = "solid", color = "black" ];
  "@kie-tools/online-editor" -> "@kie-tools/unitables-dmn" [ style = "solid", color = "black" ];
  "@kie-tools/online-editor" -> "@kie-tools/cors-proxy" [ style = "dashed", color = "black" ];
  "@kie-tools/online-editor" -> "@kie-tools/kie-sandbox-accelerator-quarkus" [ style = "dashed", color = "black" ];
  "@kie-tools-core/operating-system" -> "@kie-tools/eslint" [ style = "dashed", color = "purple" ];
  "@kie-tools-core/operating-system" -> "@kie-tools/root-env" [ style = "dashed", color = "purple" ];
  "@kie-tools-core/operating-system" -> "@kie-tools/tsconfig" [ style = "dashed", color = "purple" ];
  "@kie-tools-core/patternfly-base" -> "@kie-tools/root-env" [ style = "dashed", color = "purple" ];
  "@kie-tools/playwright-base" -> "@kie-tools-scripts/run-script-if" [ style = "dashed", color = "blue" ];
  "@kie-tools/playwright-base" -> "@kie-tools/root-env" [ style = "dashed", color = "blue" ];
  "@kie-tools/pmml-editor" -> "@kie-tools-core/editor" [ style = "solid", color = "blue" ];
  "@kie-tools/pmml-editor" -> "@kie-tools-core/monaco-editor" [ style = "solid", color = "blue" ];
  "@kie-tools/pmml-editor" -> "@kie-tools/pmml-editor-marshaller" [ style = "solid", color = "blue" ];
  "@kie-tools/pmml-editor" -> "@kie-tools-core/webpack-base" [ style = "dashed", color = "blue" ];
  "@kie-tools/pmml-editor-marshaller" -> "@kie-tools/eslint" [ style = "dashed", color = "blue" ];
  "@kie-tools/pmml-editor-marshaller" -> "@kie-tools/jest-base" [ style = "dashed", color = "blue" ];
  "@kie-tools/pmml-editor-marshaller" -> "@kie-tools/tsconfig" [ style = "dashed", color = "blue" ];
  "pmml-vscode-extension" -> "@kie-tools-core/vscode-extension" [ style = "solid", color = "blue" ];
  "pmml-vscode-extension" -> "@kie-tools/pmml-editor" [ style = "solid", color = "blue" ];
  "@kie-tools/quarkus-bom" -> "@kie-tools/maven-base" [ style = "solid", color = "black" ];
  "@kie-tools-core/react-hooks" -> "@kie-tools/eslint" [ style = "dashed", color = "purple" ];
  "@kie-tools-core/react-hooks" -> "@kie-tools/root-env" [ style = "dashed", color = "purple" ];
  "@kie-tools-core/react-hooks" -> "@kie-tools/tsconfig" [ style = "dashed", color = "purple" ];
  "@kie-tools/runtime-tools-components" -> "@kie-tools-core/editor" [ style = "solid", color = "blue" ];
  "@kie-tools/runtime-tools-components" -> "@kie-tools/runtime-tools-shared-gateway-api" [ style = "solid", color = "blue" ];
  "@kie-tools/runtime-tools-components" -> "@kie-tools/uniforms-patternfly" [ style = "solid", color = "blue" ];
  "@kie-tools/runtime-tools-consoles-helm-chart" -> "@kie-tools/kogito-management-console" [ style = "solid", color = "black" ];
  "@kie-tools/runtime-tools-management-console-webapp" -> "@kie-tools-core/workspaces-git-fs" [ style = "solid", color = "blue" ];
  "@kie-tools/runtime-tools-management-console-webapp" -> "@kie-tools/jbpm-quarkus-devui" [ style = "dashed", color = "blue" ];
  "@kie-tools/runtime-tools-process-dev-ui-webapp" -> "@kie-tools/runtime-tools-process-webapp-components" [ style = "solid", color = "blue" ];
  "@kie-tools/runtime-tools-process-dev-ui-webapp" -> "@kie-tools/runtime-tools-shared-webapp-components" [ style = "solid", color = "blue" ];
  "@kie-tools/runtime-tools-process-enveloped-components" -> "@kie-tools-core/monaco-editor" [ style = "solid", color = "blue" ];
  "@kie-tools/runtime-tools-process-enveloped-components" -> "@kie-tools-core/react-hooks" [ style = "solid", color = "blue" ];
  "@kie-tools/runtime-tools-process-enveloped-components" -> "@kie-tools/i18n-common-dictionary" [ style = "solid", color = "blue" ];
  "@kie-tools/runtime-tools-process-enveloped-components" -> "@kie-tools/runtime-tools-components" [ style = "solid", color = "blue" ];
  "@kie-tools/runtime-tools-process-enveloped-components" -> "@kie-tools/runtime-tools-process-gateway-api" [ style = "solid", color = "blue" ];
  "@kie-tools/runtime-tools-process-enveloped-components" -> "@kie-tools-core/webpack-base" [ style = "dashed", color = "blue" ];
  "@kie-tools/runtime-tools-process-gateway-api" -> "@kie-tools/runtime-tools-shared-gateway-api" [ style = "solid", color = "blue" ];
  "@kie-tools/runtime-tools-process-webapp-components" -> "@kie-tools/runtime-tools-process-enveloped-components" [ style = "solid", color = "blue" ];
-   "@kie-tools/runtime-tools-shared-enveloped-components" -> "@kie-tools-core/monaco-editor" [ style = "solid", color = "blue" ];
-   "@kie-tools/runtime-tools-shared-enveloped-components" -> "@kie-tools/i18n-common-dictionary" [ style = "solid", color = "blue" ];
-   "@kie-tools/runtime-tools-shared-enveloped-components" -> "@kie-tools/runtime-tools-components" [ style = "solid", color = "blue" ];
-   "@kie-tools/runtime-tools-shared-enveloped-components" -> "@kie-tools-core/webpack-base" [ style = "dashed", color = "blue" ];
  "@kie-tools/runtime-tools-shared-gateway-api" -> "@kie-tools/eslint" [ style = "dashed", color = "blue" ];
  "@kie-tools/runtime-tools-shared-gateway-api" -> "@kie-tools/root-env" [ style = "dashed", color = "blue" ];
  "@kie-tools/runtime-tools-shared-gateway-api" -> "@kie-tools/tsconfig" [ style = "dashed", color = "blue" ];
  "@kie-tools/runtime-tools-shared-webapp-components" -> "@kie-tools/runtime-tools-components" [ style = "solid", color = "blue" ];
  "@kie-tools/scesim-editor" -> "@kie-tools-core/react-hooks" [ style = "solid", color = "blue" ];
  "@kie-tools/scesim-editor" -> "@kie-tools/boxed-expression-component" [ style = "solid", color = "blue" ];
  "@kie-tools/scesim-editor" -> "@kie-tools/scesim-marshaller" [ style = "solid", color = "blue" ];
  "@kie-tools/scesim-editor-envelope" -> "@kie-tools-core/editor" [ style = "solid", color = "blue" ];
  "@kie-tools/scesim-editor-envelope" -> "@kie-tools/scesim-editor" [ style = "solid", color = "blue" ];
  "@kie-tools/scesim-marshaller" -> "@kie-tools/xml-parser-ts-codegen" [ style = "dashed", color = "blue" ];
  "@kie-tools/spring-boot-bom" -> "@kie-tools/maven-base" [ style = "solid", color = "black" ];
  "@kie-tools/storybook-base" -> "@kie-tools-core/webpack-base" [ style = "dashed", color = "blue" ];
  "@kie-tools/storybook-base" -> "@kie-tools/eslint" [ style = "dashed", color = "blue" ];
  "@kie-tools/storybook-base" -> "@kie-tools/tsconfig" [ style = "dashed", color = "blue" ];
  "@kie-tools-core/switch-expression-ts" -> "@kie-tools/eslint" [ style = "dashed", color = "purple" ];
  "@kie-tools-core/switch-expression-ts" -> "@kie-tools/jest-base" [ style = "dashed", color = "purple" ];
  "@kie-tools-core/switch-expression-ts" -> "@kie-tools/tsconfig" [ style = "dashed", color = "purple" ];
  "@kie-tools/text-editor" -> "@kie-tools-core/editor" [ style = "solid", color = "blue" ];
  "@kie-tools/text-editor" -> "@kie-tools-core/monaco-editor" [ style = "solid", color = "blue" ];
  "@kie-tools/uniforms-patternfly" -> "@kie-tools/eslint" [ style = "dashed", color = "blue" ];
  "@kie-tools/uniforms-patternfly" -> "@kie-tools/jest-base" [ style = "dashed", color = "blue" ];
  "@kie-tools/uniforms-patternfly" -> "@kie-tools/tsconfig" [ style = "dashed", color = "blue" ];
  "@kie-tools/uniforms-patternfly-form-wrapper" -> "@kie-tools/dmn-runner" [ style = "solid", color = "blue" ];
  "@kie-tools/uniforms-patternfly-form-wrapper" -> "@kie-tools/i18n-common-dictionary" [ style = "solid", color = "blue" ];
  "@kie-tools/uniforms-patternfly-form-wrapper" -> "@kie-tools-core/webpack-base" [ style = "dashed", color = "blue" ];
  "@kie-tools/unitables" -> "@kie-tools/boxed-expression-component" [ style = "solid", color = "blue" ];
  "@kie-tools/unitables" -> "@kie-tools/dmn-runner" [ style = "solid", color = "blue" ];
  "@kie-tools/unitables-dmn" -> "@kie-tools/unitables" [ style = "solid", color = "blue" ];
  "@kie-tools-core/vscode-extension" -> "@kie-tools-core/editor" [ style = "solid", color = "purple" ];
  "@kie-tools-core/vscode-extension" -> "@kie-tools-core/vscode-java-code-completion" [ style = "solid", color = "purple" ];
  "@kie-tools/vscode-extension-common-test-helpers" -> "@kie-tools/tsconfig" [ style = "dashed", color = "blue" ];
  "vscode-extension-kie-ba-bundle" -> "@kie-tools-core/webpack-base" [ style = "dashed", color = "blue" ];
  "vscode-extension-kie-ba-bundle" -> "@kie-tools/eslint" [ style = "dashed", color = "blue" ];
  "vscode-extension-kie-ba-bundle" -> "@kie-tools/tsconfig" [ style = "dashed", color = "blue" ];
  "vscode-extension-kogito-bundle" -> "@kie-tools-core/webpack-base" [ style = "dashed", color = "blue" ];
  "vscode-extension-kogito-bundle" -> "@kie-tools/eslint" [ style = "dashed", color = "blue" ];
  "vscode-extension-kogito-bundle" -> "@kie-tools/tsconfig" [ style = "dashed", color = "blue" ];
  "@kie-tools-core/vscode-java-code-completion" -> "@kie-tools/eslint" [ style = "dashed", color = "purple" ];
  "@kie-tools-core/vscode-java-code-completion" -> "@kie-tools/root-env" [ style = "dashed", color = "purple" ];
  "@kie-tools-core/vscode-java-code-completion" -> "@kie-tools/tsconfig" [ style = "dashed", color = "purple" ];
  "@kie-tools/vscode-java-code-completion-extension-plugin" -> "@kie-tools/maven-base" [ style = "solid", color = "black" ];
  "@kie-tools-core/webpack-base" -> "@kie-tools/root-env" [ style = "dashed", color = "black" ];
  "@kie-tools-core/workspace" -> "@kie-tools-core/operating-system" [ style = "solid", color = "purple" ];
  "@kie-tools-core/workspaces-git-fs" -> "@kie-tools-core/envelope-bus" [ style = "solid", color = "purple" ];
  "@kie-tools-core/workspaces-git-fs" -> "@kie-tools-core/react-hooks" [ style = "solid", color = "purple" ];
  "@kie-tools-core/workspaces-git-fs" -> "@kie-tools-core/workspace" [ style = "solid", color = "purple" ];
  "@kie-tools-core/workspaces-git-fs" -> "@kie-tools/cors-proxy-api" [ style = "solid", color = "purple" ];
  "@kie-tools-core/workspaces-git-fs" -> "@kie-tools/kie-sandbox-fs" [ style = "solid", color = "purple" ];
  "@kie-tools/xml-parser-ts" -> "@kie-tools/eslint" [ style = "dashed", color = "blue" ];
  "@kie-tools/xml-parser-ts" -> "@kie-tools/jest-base" [ style = "dashed", color = "blue" ];
  "@kie-tools/xml-parser-ts" -> "@kie-tools/tsconfig" [ style = "dashed", color = "blue" ];
  "@kie-tools/xml-parser-ts-codegen" -> "@kie-tools/xml-parser-ts" [ style = "solid", color = "blue" ];
  "@kie-tools/xyflow-react-kie-diagram" -> "@kie-tools-core/operating-system" [ style = "solid", color = "blue" ];
  "@kie-tools/xyflow-react-kie-diagram" -> "@kie-tools-core/switch-expression-ts" [ style = "solid", color = "blue" ];
  "@kie-tools/xyflow-react-kie-diagram" -> "@kie-tools/i18n-common-dictionary" [ style = "dashed", color = "blue" ];
  "@kie-tools/xyflow-react-kie-diagram" -> "@kie-tools/xml-parser-ts" [ style = "dashed", color = "blue" ];
  "@kie-tools-scripts/bootstrap" -> "@kie-tools-scripts/build-env" [ style = "dashed", color = "black" ];
  "@kie-tools-scripts/build-env" -> "@kie-tools/tsconfig" [ style = "dashed", color = "blue" ];
  "@kie-tools-scripts/run-script-if" -> "@kie-tools/tsconfig" [ style = "dashed", color = "blue" ];
}
